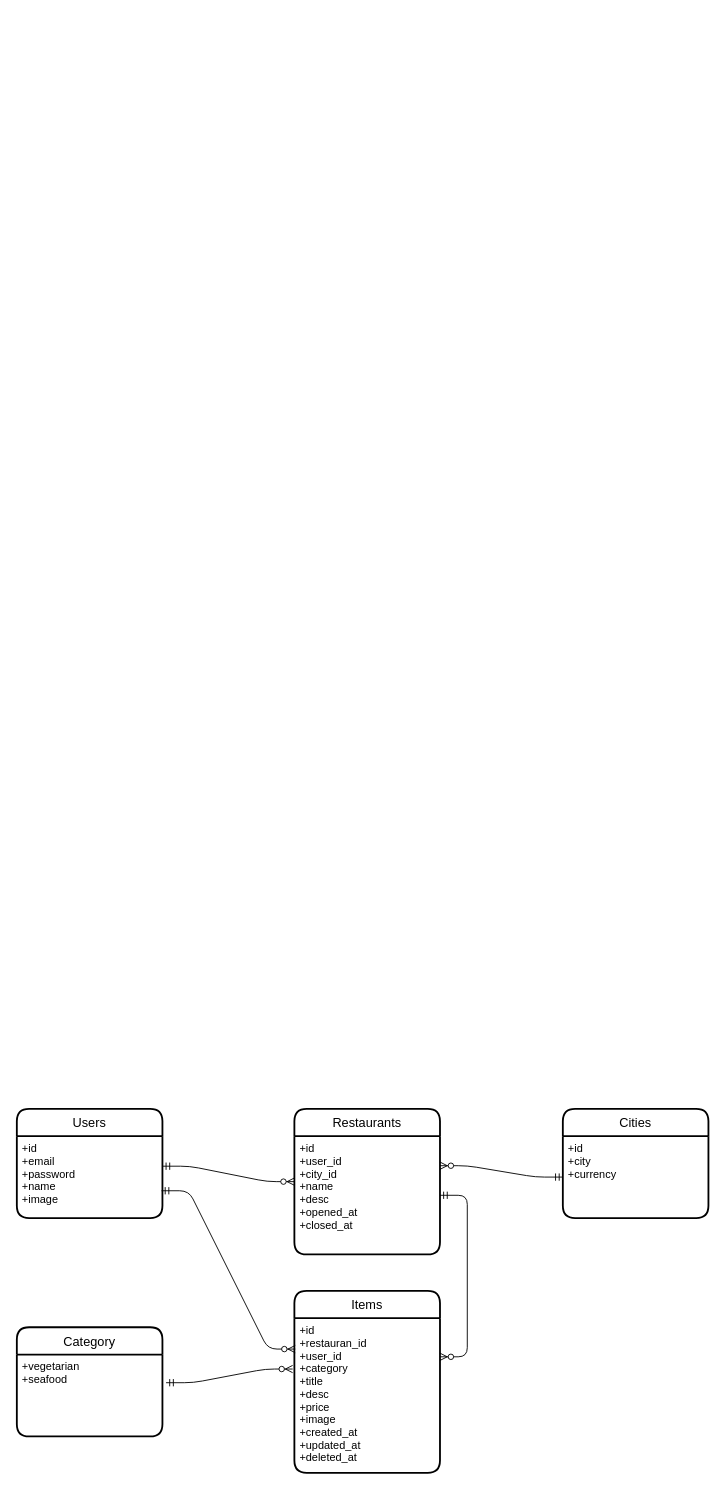
This is choose.dio from hayder-abbas/yourmenupage-inertia.js, a draw.io file, before an edit. Source tidied: cells renumbered, new cells numbered last; positions are measured from the earlier drawing's top-left corner, leaving out a move shared by most shapes. Both pictures are drawn from the tidied source at 91%, with x=0, y=0 at pixel (16, 1108).
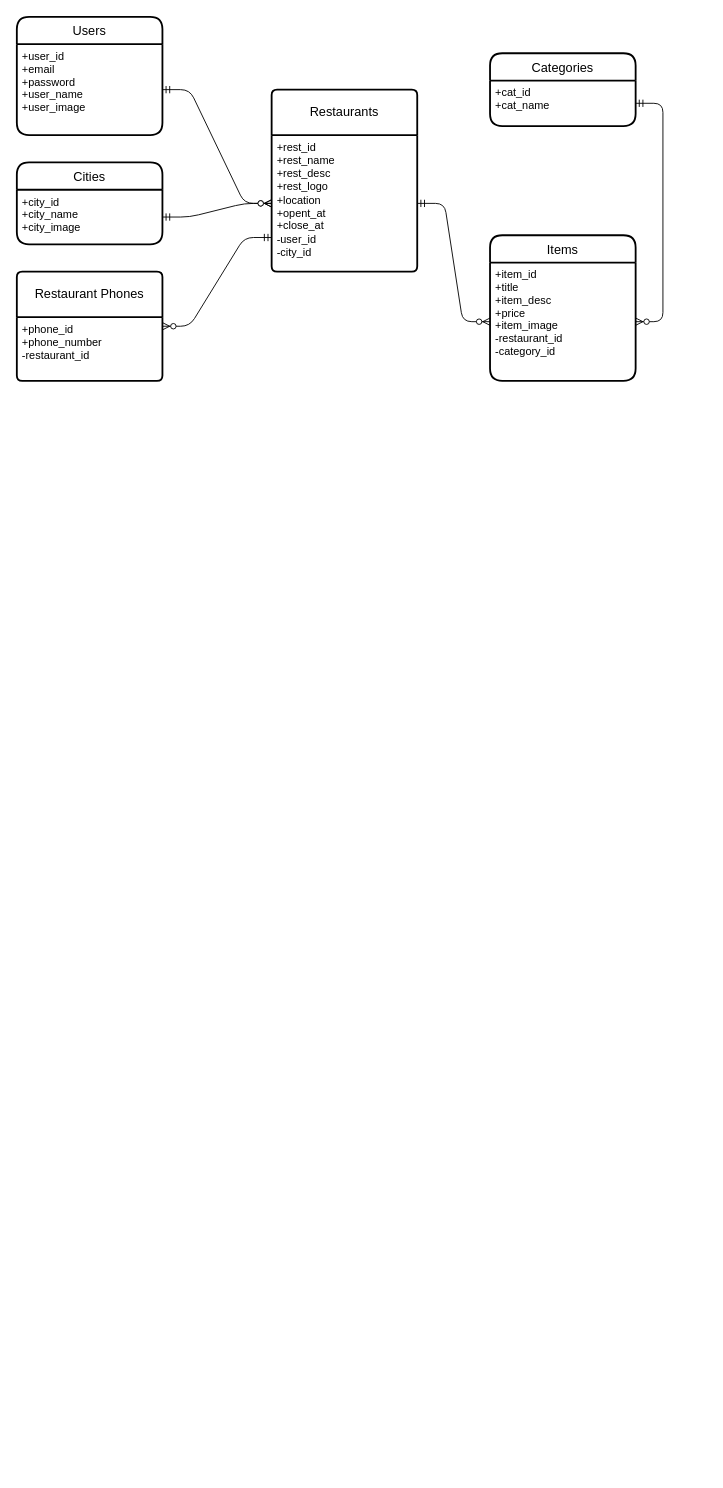
Above is the later version.

What changed in the source:
```diff
@@
+    <mxCell id="17" style="edgeStyle=none;html=1;" parent="1" edge="1" source="5" target="4">
+      <mxGeometry relative="1" as="geometry" />
+    </mxCell>
     <mxCell id="2" value="Users" style="swimlane;horizontal=1;startSize=30;rounded=1;fontSize=14;fontStyle=0;strokeWidth=2;shadow=0;dashed=0;align=center;" parent="1" vertex="1">
-      <mxGeometry width="160" height="120" as="geometry" />
+      <mxGeometry y="-1200" width="160" height="130" as="geometry" />
     </mxCell>
-    <mxCell id="3" value="+id&#10;+email&#10;+password&#10;+name&#10;+image" style="align=left;strokeColor=none;fillColor=none;spacingLeft=4;fontSize=12;verticalAlign=top;" parent="2" vertex="1">
-      <mxGeometry y="30" width="160" height="90" as="geometry" />
+    <mxCell id="3" value="+user_id&#10;+email&#10;+password&#10;+user_name&#10;+user_image" style="align=left;strokeColor=none;fillColor=none;spacingLeft=4;fontSize=12;verticalAlign=top;" parent="2" vertex="1">
+      <mxGeometry y="30" width="160" height="100" as="geometry" />
     </mxCell>
     <mxCell id="4" value="Items" style="swimlane;horizontal=1;startSize=30;rounded=1;fontSize=14;fontStyle=0;strokeWidth=2;shadow=0;dashed=0;align=center;" parent="1" vertex="1">
-      <mxGeometry x="305" y="200" width="160" height="200" as="geometry" />
+      <mxGeometry x="520" y="-960" width="160" height="160" as="geometry" />
     </mxCell>
-    <mxCell id="5" value="+id&#10;+restauran_id&#10;+user_id&#10;+category&#10;+title&#10;+desc&#10;+price&#10;+image&#10;+created_at&#10;+updated_at&#10;+deleted_at" style="align=left;strokeColor=none;fillColor=none;spacingLeft=4;fontSize=12;verticalAlign=top;" parent="4" vertex="1">
-      <mxGeometry y="30" width="160" height="170" as="geometry" />
+    <mxCell id="5" value="+item_id&#10;+title&#10;+item_desc&#10;+price&#10;+item_image&#10;-restaurant_id&#10;-category_id" style="align=left;strokeColor=none;fillColor=none;spacingLeft=4;fontSize=12;verticalAlign=top;" parent="4" vertex="1">
+      <mxGeometry y="30" width="160" height="130" as="geometry" />
     </mxCell>
-    <mxCell id="6" style="edgeStyle=entityRelationEdgeStyle;fontSize=12;html=1;endArrow=ERzeroToMany;startArrow=ERmandOne;entryX=0;entryY=0.5;entryDx=0;entryDy=0;exitX=1;exitY=0.367;exitDx=0;exitDy=0;exitPerimeter=0;" parent="1" edge="1" source="3" target="7">
-      <mxGeometry relative="1" as="geometry" />
-    </mxCell>
-    <mxCell id="7" value="Restaurants" style="swimlane;horizontal=1;startSize=30;rounded=1;fontSize=14;fontStyle=0;strokeWidth=2;shadow=0;dashed=0;align=center;" parent="1" vertex="1">
-      <mxGeometry x="305" width="160" height="160" as="geometry" />
-    </mxCell>
-    <mxCell id="8" value="+id&#10;+user_id&#10;+city_id&#10;+name&#10;+desc&#10;+opened_at&#10;+closed_at" style="align=left;strokeColor=none;fillColor=none;spacingLeft=4;fontSize=12;verticalAlign=top;" parent="7" vertex="1">
-      <mxGeometry y="30" width="160" height="130" as="geometry" />
-    </mxCell>
-    <mxCell id="9" style="edgeStyle=entityRelationEdgeStyle;fontSize=12;html=1;endArrow=ERzeroToMany;startArrow=ERmandOne;entryX=1;entryY=0.25;entryDx=0;entryDy=0;" parent="1" edge="1" source="8" target="5">
-      <mxGeometry relative="1" as="geometry" />
-    </mxCell>
     <mxCell id="10" value="Cities" style="swimlane;horizontal=1;startSize=30;rounded=1;fontSize=14;fontStyle=0;strokeWidth=2;shadow=0;dashed=0;align=center;" parent="1" vertex="1">
-      <mxGeometry x="600" width="160" height="120" as="geometry" />
+      <mxGeometry y="-1040" width="160" height="90" as="geometry" />
     </mxCell>
-    <mxCell id="11" value="+id&#10;+city&#10;+currency&#10;" style="align=left;strokeColor=none;fillColor=none;spacingLeft=4;fontSize=12;verticalAlign=top;" parent="10" vertex="1">
-      <mxGeometry y="30" width="160" height="90" as="geometry" />
+    <mxCell id="11" value="+city_id&#10;+city_name&#10;+city_image&#10;" style="align=left;strokeColor=none;fillColor=none;spacingLeft=4;fontSize=12;verticalAlign=top;" parent="10" vertex="1">
+      <mxGeometry y="30" width="160" height="60" as="geometry" />
     </mxCell>
-    <mxCell id="12" style="edgeStyle=entityRelationEdgeStyle;fontSize=12;html=1;endArrow=ERzeroToMany;startArrow=ERmandOne;entryX=1;entryY=0.25;entryDx=0;entryDy=0;" parent="1" edge="1" source="11" target="8">
-      <mxGeometry relative="1" as="geometry" />
-    </mxCell>
-    <mxCell id="13" style="edgeStyle=entityRelationEdgeStyle;fontSize=12;html=1;endArrow=ERzeroToMany;startArrow=ERmandOne;exitX=0.994;exitY=0.667;exitDx=0;exitDy=0;exitPerimeter=0;entryX=0.006;entryY=0.2;entryDx=0;entryDy=0;entryPerimeter=0;" parent="1" edge="1" source="3" target="5">
-      <mxGeometry relative="1" as="geometry" />
-    </mxCell>
-    <mxCell id="14" value="Category" style="swimlane;horizontal=1;startSize=30;rounded=1;fontSize=14;fontStyle=0;strokeWidth=2;shadow=0;dashed=0;align=center;" parent="1" vertex="1">
-      <mxGeometry y="240" width="160" height="120" as="geometry" />
+    <mxCell id="14" value="Categories" style="swimlane;horizontal=1;startSize=30;rounded=1;fontSize=14;fontStyle=0;strokeWidth=2;shadow=0;dashed=0;align=center;" parent="1" vertex="1">
+      <mxGeometry x="520" y="-1160" width="160" height="80" as="geometry" />
     </mxCell>
-    <mxCell id="15" value="+vegetarian&#10;+seafood" style="align=left;strokeColor=none;fillColor=none;spacingLeft=4;fontSize=12;verticalAlign=top;" parent="14" vertex="1">
-      <mxGeometry y="30" width="160" height="90" as="geometry" />
+    <mxCell id="15" value="+cat_id&#10;+cat_name" style="align=left;strokeColor=none;fillColor=none;spacingLeft=4;fontSize=12;verticalAlign=top;" parent="14" vertex="1">
+      <mxGeometry y="30" width="160" height="50" as="geometry" />
     </mxCell>
+    <mxCell id="7" value="Restaurants" style="swimlane;horizontal=1;startSize=50;rounded=1;fontSize=14;fontStyle=0;strokeWidth=2;shadow=0;dashed=0;align=center;arcSize=4;whiteSpace=wrap;html=1;" parent="1" vertex="1">
+      <mxGeometry x="280" y="-1120" width="160" height="200" as="geometry" />
+    </mxCell>
+    <mxCell id="18" value="&lt;font style=&quot;color: rgb(0, 0, 0);&quot;&gt;+rest_id&lt;/font&gt;&lt;div&gt;&lt;font style=&quot;color: rgb(0, 0, 0);&quot;&gt;+rest_name&lt;/font&gt;&lt;/div&gt;&lt;div&gt;&lt;font style=&quot;color: rgb(0, 0, 0);&quot;&gt;+rest_desc&lt;/font&gt;&lt;/div&gt;&lt;div&gt;&lt;font style=&quot;color: rgb(0, 0, 0);&quot;&gt;+rest_logo&lt;/font&gt;&lt;/div&gt;&lt;div&gt;&lt;div&gt;&lt;font style=&quot;color: rgb(0, 0, 0);&quot;&gt;+location&lt;/font&gt;&lt;/div&gt;&lt;div&gt;&lt;div style=&quot;scrollbar-color: rgb(226, 226, 226) rgb(251, 251, 251);&quot;&gt;&lt;font style=&quot;scrollbar-color: rgb(226, 226, 226) rgb(251, 251, 251); color: rgb(0, 0, 0);&quot;&gt;&lt;div style=&quot;scrollbar-color: rgb(226, 226, 226) rgb(251, 251, 251);&quot;&gt;&lt;font style=&quot;scrollbar-color: rgb(226, 226, 226) rgb(251, 251, 251);&quot;&gt;&lt;font style=&quot;scrollbar-color: rgb(226, 226, 226) rgb(251, 251, 251);&quot;&gt;+opent_at&lt;/font&gt;&lt;/font&gt;&lt;/div&gt;&lt;div style=&quot;scrollbar-color: rgb(226, 226, 226) rgb(251, 251, 251);&quot;&gt;&lt;font style=&quot;scrollbar-color: rgb(226, 226, 226) rgb(251, 251, 251);&quot;&gt;&lt;font style=&quot;scrollbar-color: rgb(226, 226, 226) rgb(251, 251, 251);&quot;&gt;+close_at&lt;/font&gt;&lt;/font&gt;&lt;/div&gt;&lt;/font&gt;&lt;/div&gt;&lt;/div&gt;&lt;/div&gt;&lt;div&gt;&lt;font style=&quot;color: rgb(0, 0, 0);&quot;&gt;-user_id&lt;br&gt;&lt;/font&gt;&lt;div&gt;&lt;font style=&quot;color: rgb(0, 0, 0);&quot;&gt;-city_id&lt;/font&gt;&lt;/div&gt;&lt;/div&gt;" style="align=left;strokeColor=none;fillColor=none;spacingLeft=4;fontSize=12;verticalAlign=top;html=1;" parent="7" vertex="1">
+      <mxGeometry y="50" width="160" height="150" as="geometry" />
+    </mxCell>
+    <mxCell id="19" style="edgeStyle=entityRelationEdgeStyle;fontSize=12;html=1;endArrow=ERzeroToMany;startArrow=ERmandOne;" parent="1" edge="1" source="3" target="18">
+      <mxGeometry relative="1" as="geometry" />
+    </mxCell>
+    <mxCell id="20" style="edgeStyle=entityRelationEdgeStyle;fontSize=12;html=1;endArrow=ERzeroToMany;startArrow=ERmandOne;" parent="1" edge="1" source="11" target="18">
+      <mxGeometry relative="1" as="geometry" />
+    </mxCell>
-    <mxCell id="16" style="edgeStyle=entityRelationEdgeStyle;fontSize=12;html=1;endArrow=ERzeroToMany;startArrow=ERmandOne;exitX=1.025;exitY=0.344;exitDx=0;exitDy=0;exitPerimeter=0;entryX=-0.012;entryY=0.329;entryDx=0;entryDy=0;entryPerimeter=0;" parent="1" edge="1" source="15" target="5">
-      <mxGeometry relative="1" as="geometry" />
+    <mxCell id="16" style="edgeStyle=entityRelationEdgeStyle;fontSize=12;html=1;endArrow=ERzeroToMany;startArrow=ERmandOne;" parent="1" edge="1" source="15" target="5">
+      <mxGeometry relative="1" as="geometry">
+        <Array as="points">
+          <mxPoint x="570" y="-1040" />
+          <mxPoint x="580" y="-1020" />
+          <mxPoint x="770" y="-980" />
+          <mxPoint x="780" y="-1040" />
+        </Array>
+      </mxGeometry>
     </mxCell>
+    <mxCell id="21" value="Restaurant Phones" style="swimlane;horizontal=1;startSize=50;rounded=1;fontSize=14;fontStyle=0;strokeWidth=2;shadow=0;dashed=0;align=center;arcSize=4;whiteSpace=wrap;html=1;" parent="1" vertex="1">
+      <mxGeometry y="-920" width="160" height="120" as="geometry" />
+    </mxCell>
+    <mxCell id="22" value="+phone_id&lt;br&gt;+phone_number&lt;br&gt;-restaurant_id" style="align=left;strokeColor=none;fillColor=none;spacingLeft=4;fontSize=12;verticalAlign=top;html=1;" parent="21" vertex="1">
+      <mxGeometry y="50" width="160" height="70" as="geometry" />
+    </mxCell>
+    <mxCell id="23" style="edgeStyle=entityRelationEdgeStyle;fontSize=12;html=1;endArrow=ERzeroToMany;startArrow=ERmandOne;exitX=0;exitY=0.75;exitDx=0;exitDy=0;" parent="1" edge="1" source="18" target="21">
+      <mxGeometry relative="1" as="geometry" />
+    </mxCell>
+    <mxCell id="24" style="edgeStyle=entityRelationEdgeStyle;fontSize=12;html=1;endArrow=ERzeroToMany;startArrow=ERmandOne;" parent="1" edge="1" source="18" target="5">
+      <mxGeometry relative="1" as="geometry" />
+    </mxCell>
```
